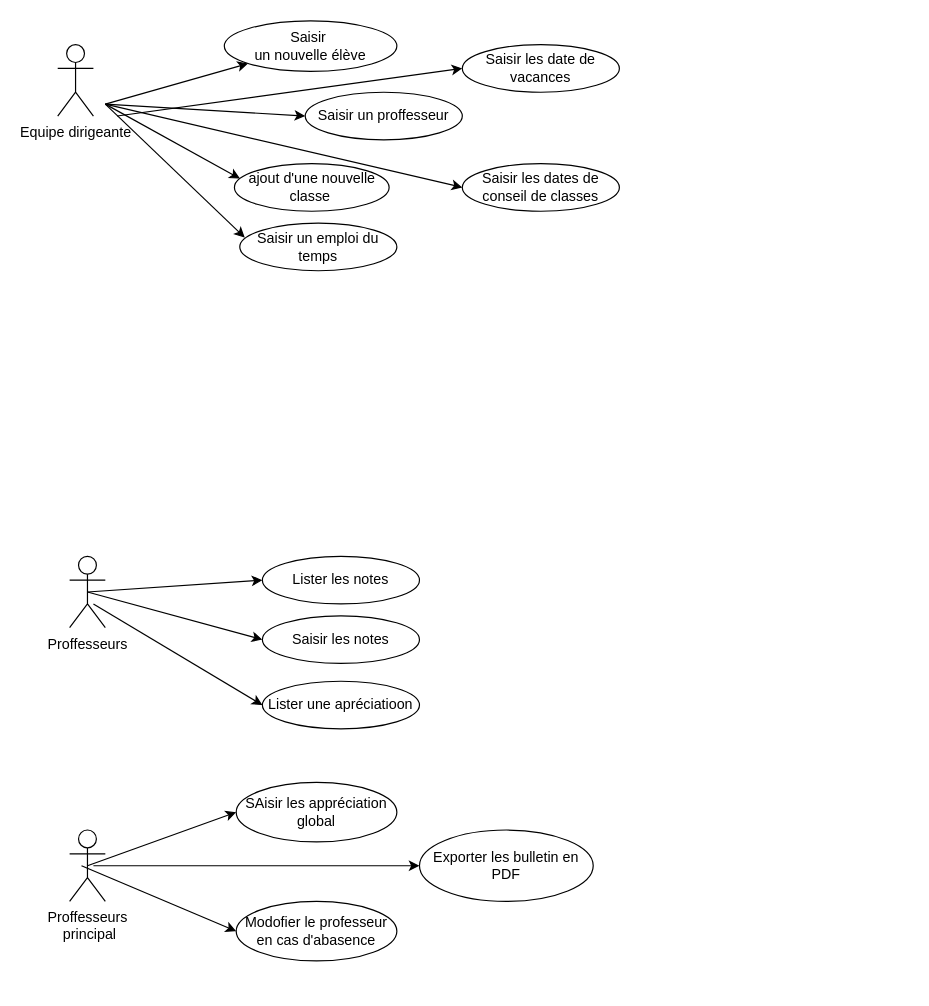
The draw.io diagram Diagramme sans nom.drawio in ssdfred/conception-uml, before the edit. Source tidied: cells renumbered, new cells numbered last; positions are measured from the earlier drawing's top-left corner, leaving out a move shared by most shapes. Both pictures are drawn from the tidied source at 119%, with x=0, y=0 at pixel (57, 20).
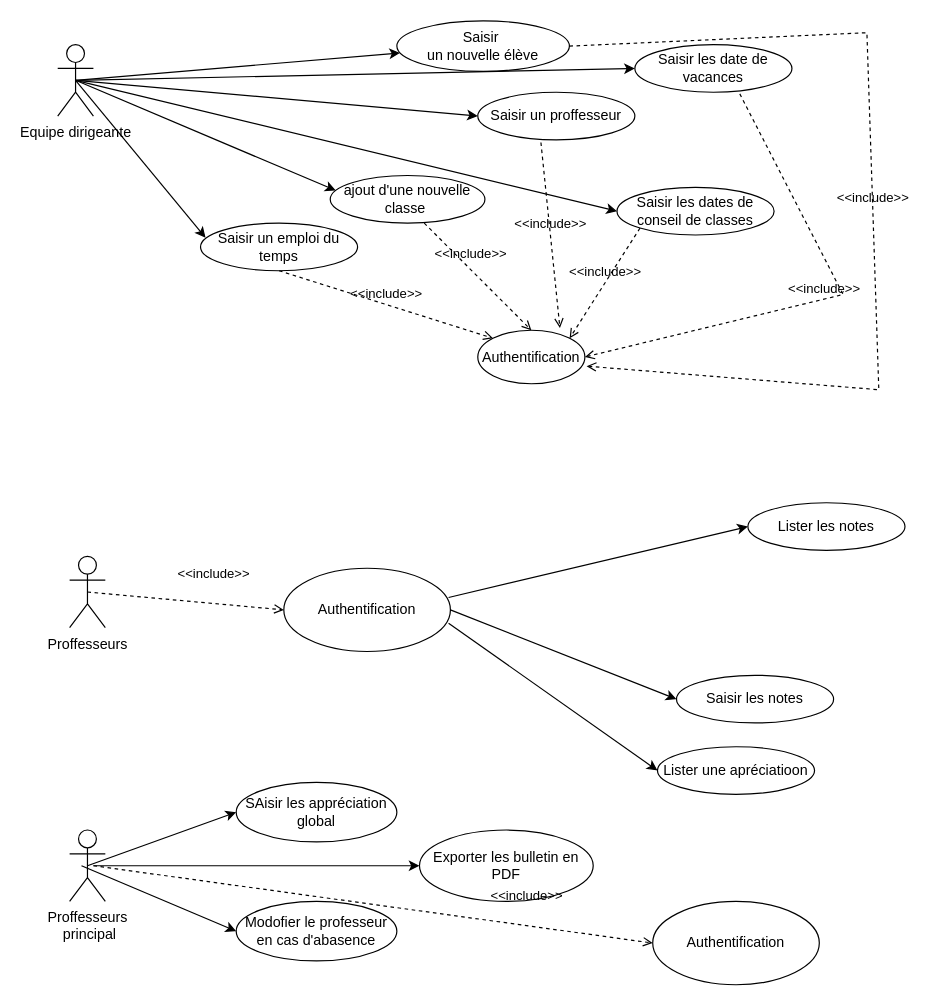
The same diagram, later.

Commit message:
Mettre à jour Diagramme college.drawio

Unchanged cells that the change refers to:
```xml
<mxCell id="2" value="Equipe dirigeante&lt;div&gt;&lt;br&gt;&lt;/div&gt;" style="shape=umlActor;verticalLabelPosition=bottom;verticalAlign=top;html=1;" parent="1" vertex="1">
  <mxGeometry y="20" width="30" height="60" as="geometry" />
</mxCell>
<mxCell id="12" value="&lt;div&gt;Proffesseurs&lt;/div&gt;&lt;div&gt;&lt;br&gt;&lt;/div&gt;" style="shape=umlActor;verticalLabelPosition=bottom;verticalAlign=top;html=1;" parent="1" vertex="1">
  <mxGeometry x="10" y="450" width="30" height="60" as="geometry" />
</mxCell>
```

The edit, as a diff of the source:
```diff
@@
-    <mxCell id="3" style="endArrow=classic;html=1;rounded=0;" parent="1" edge="1" target="4">
-      <mxGeometry relative="1" as="geometry">
-        <mxPoint x="40" y="70" as="sourcePoint" />
-      </mxGeometry>
+    <mxCell id="3" style="endArrow=classic;html=1;rounded=0;exitX=0.5;exitY=0.5;exitDx=0;exitDy=0;exitPerimeter=0;" parent="1" edge="1" source="2" target="4">
+      <mxGeometry relative="1" as="geometry" />
     </mxCell>
     <mxCell id="4" value="Saisir&amp;nbsp;&lt;div&gt;un nouvelle élève&lt;/div&gt;" style="ellipse;html=1;whiteSpace=wrap;" parent="1" vertex="1">
-      <mxGeometry x="140" width="145" height="42.5" as="geometry" />
+      <mxGeometry x="285" width="145" height="42.5" as="geometry" />
     </mxCell>
     <mxCell id="5" value="Saisir un proffesseur" style="ellipse;html=1;whiteSpace=wrap;" parent="1" vertex="1">
-      <mxGeometry x="208" y="60" width="132" height="40" as="geometry" />
+      <mxGeometry x="353" y="60" width="132" height="40" as="geometry" />
     </mxCell>
     <mxCell id="6" value="ajout d'une nouvelle classe&amp;nbsp;" style="ellipse;html=1;whiteSpace=wrap;" parent="1" vertex="1">
-      <mxGeometry x="148.5" y="120" width="130" height="40" as="geometry" />
+      <mxGeometry x="229" y="130" width="130" height="40" as="geometry" />
     </mxCell>
     <mxCell id="7" value="Saisir un emploi du temps" style="ellipse;html=1;whiteSpace=wrap;" parent="1" vertex="1">
-      <mxGeometry x="153" y="170" width="132" height="40" as="geometry" />
+      <mxGeometry x="120" y="170" width="132" height="40" as="geometry" />
     </mxCell>
-    <mxCell id="8" style="endArrow=classic;html=1;rounded=0;entryX=0;entryY=0.5;entryDx=0;entryDy=0;" parent="1" edge="1" target="5">
-      <mxGeometry relative="1" as="geometry">
-        <mxPoint x="40" y="70" as="sourcePoint" />
-      </mxGeometry>
+    <mxCell id="8" style="endArrow=classic;html=1;rounded=0;entryX=0;entryY=0.5;entryDx=0;entryDy=0;exitX=0.5;exitY=0.5;exitDx=0;exitDy=0;exitPerimeter=0;" parent="1" edge="1" source="2" target="5">
+      <mxGeometry relative="1" as="geometry" />
     </mxCell>
-    <mxCell id="9" style="endArrow=classic;html=1;rounded=0;entryX=0;entryY=0.5;entryDx=0;entryDy=0;" parent="1" edge="1" target="17">
-      <mxGeometry relative="1" as="geometry">
-        <mxPoint x="40" y="70" as="sourcePoint" />
-      </mxGeometry>
+    <mxCell id="9" style="endArrow=classic;html=1;rounded=0;entryX=0;entryY=0.5;entryDx=0;entryDy=0;exitX=0.5;exitY=0.5;exitDx=0;exitDy=0;exitPerimeter=0;" parent="1" edge="1" source="2" target="17">
+      <mxGeometry relative="1" as="geometry" />
     </mxCell>
-    <mxCell id="10" style="endArrow=classic;html=1;rounded=0;entryX=0.032;entryY=0.305;entryDx=0;entryDy=0;entryPerimeter=0;" parent="1" edge="1" target="7">
-      <mxGeometry relative="1" as="geometry">
-        <mxPoint x="40" y="70" as="sourcePoint" />
-      </mxGeometry>
+    <mxCell id="10" style="endArrow=classic;html=1;rounded=0;entryX=0.032;entryY=0.305;entryDx=0;entryDy=0;entryPerimeter=0;exitX=0.5;exitY=0.5;exitDx=0;exitDy=0;exitPerimeter=0;" parent="1" edge="1" source="2" target="7">
+      <mxGeometry relative="1" as="geometry" />
     </mxCell>
-    <mxCell id="11" style="endArrow=classic;html=1;rounded=0;entryX=0.036;entryY=0.315;entryDx=0;entryDy=0;entryPerimeter=0;" parent="1" edge="1" target="6">
-      <mxGeometry relative="1" as="geometry">
-        <mxPoint x="40" y="70" as="sourcePoint" />
-      </mxGeometry>
+    <mxCell id="11" style="endArrow=classic;html=1;rounded=0;entryX=0.036;entryY=0.315;entryDx=0;entryDy=0;entryPerimeter=0;exitX=0.5;exitY=0.5;exitDx=0;exitDy=0;exitPerimeter=0;" parent="1" edge="1" source="2" target="6">
+      <mxGeometry relative="1" as="geometry" />
     </mxCell>
@@
     <mxCell id="13" value="Lister les notes" style="ellipse;html=1;whiteSpace=wrap;" parent="1" vertex="1">
-      <mxGeometry x="172" y="450" width="132" height="40" as="geometry" />
+      <mxGeometry x="580" y="405" width="132" height="40" as="geometry" />
     </mxCell>
     <mxCell id="14" value="Saisir&amp;nbsp;les notes" style="ellipse;html=1;whiteSpace=wrap;" parent="1" vertex="1">
-      <mxGeometry x="172" y="500" width="132" height="40" as="geometry" />
+      <mxGeometry x="520" y="550" width="132" height="40" as="geometry" />
     </mxCell>
     <mxCell id="15" value="Lister une apréciatioon" style="ellipse;html=1;whiteSpace=wrap;" parent="1" vertex="1">
-      <mxGeometry x="172" y="555" width="132" height="40" as="geometry" />
+      <mxGeometry x="504" y="610" width="132" height="40" as="geometry" />
     </mxCell>
     <mxCell id="16" value="Saisir les date de vacances" style="ellipse;html=1;whiteSpace=wrap;" parent="1" vertex="1">
-      <mxGeometry x="340" y="20" width="132" height="40" as="geometry" />
+      <mxGeometry x="485" y="20" width="132" height="40" as="geometry" />
     </mxCell>
     <mxCell id="17" value="Saisir les dates de conseil de classes" style="ellipse;html=1;whiteSpace=wrap;" parent="1" vertex="1">
-      <mxGeometry x="340" y="120" width="132" height="40" as="geometry" />
+      <mxGeometry x="470" y="140" width="132" height="40" as="geometry" />
     </mxCell>
-    <mxCell id="18" style="endArrow=classic;html=1;rounded=0;entryX=0;entryY=0.5;entryDx=0;entryDy=0;" parent="1" edge="1" target="16">
-      <mxGeometry relative="1" as="geometry">
-        <mxPoint x="50" y="80" as="sourcePoint" />
-      </mxGeometry>
+    <mxCell id="18" style="endArrow=classic;html=1;rounded=0;entryX=0;entryY=0.5;entryDx=0;entryDy=0;exitX=0.5;exitY=0.5;exitDx=0;exitDy=0;exitPerimeter=0;" parent="1" edge="1" source="2" target="16">
+      <mxGeometry relative="1" as="geometry" />
     </mxCell>
-    <mxCell id="19" style="endArrow=classic;html=1;rounded=0;entryX=0;entryY=0.5;entryDx=0;entryDy=0;exitX=0.5;exitY=0.5;exitDx=0;exitDy=0;exitPerimeter=0;" parent="1" edge="1" source="12" target="13">
+    <mxCell id="19" style="endArrow=classic;html=1;rounded=0;entryX=0;entryY=0.5;entryDx=0;entryDy=0;exitX=0.989;exitY=0.351;exitDx=0;exitDy=0;exitPerimeter=0;" parent="1" edge="1" source="29" target="13">
       <mxGeometry relative="1" as="geometry" />
     </mxCell>
-    <mxCell id="20" style="endArrow=classic;html=1;rounded=0;entryX=0;entryY=0.5;entryDx=0;entryDy=0;exitX=0.5;exitY=0.5;exitDx=0;exitDy=0;exitPerimeter=0;" parent="1" edge="1" source="12" target="14">
+    <mxCell id="20" style="endArrow=classic;html=1;rounded=0;entryX=0;entryY=0.5;entryDx=0;entryDy=0;exitX=1;exitY=0.5;exitDx=0;exitDy=0;" parent="1" edge="1" source="29" target="14">
       <mxGeometry relative="1" as="geometry" />
     </mxCell>
-    <mxCell id="21" style="endArrow=classic;html=1;rounded=0;entryX=0;entryY=0.5;entryDx=0;entryDy=0;exitX=0.667;exitY=0.667;exitDx=0;exitDy=0;exitPerimeter=0;" parent="1" edge="1" source="12" target="15">
+    <mxCell id="21" style="endArrow=classic;html=1;rounded=0;entryX=0;entryY=0.5;entryDx=0;entryDy=0;exitX=0.989;exitY=0.66;exitDx=0;exitDy=0;exitPerimeter=0;" parent="1" edge="1" source="29" target="15">
       <mxGeometry relative="1" as="geometry" />
     </mxCell>
@@
+    <mxCell id="29" value="Authentification" style="ellipse;whiteSpace=wrap;html=1;" parent="1" vertex="1">
+      <mxGeometry x="190" y="460" width="140" height="70" as="geometry" />
+    </mxCell>
+    <mxCell id="30" value="&amp;lt;&amp;lt;include&amp;gt;&amp;gt;" style="html=1;verticalAlign=bottom;labelBackgroundColor=none;endArrow=open;endFill=0;dashed=1;rounded=0;entryX=0;entryY=0.5;entryDx=0;entryDy=0;exitX=0.5;exitY=0.5;exitDx=0;exitDy=0;exitPerimeter=0;" parent="1" edge="1" source="12" target="29">
+      <mxGeometry x="0.27" y="16" relative="1" as="geometry" />
+    </mxCell>
+    <mxCell id="31" value="&amp;lt;&amp;lt;include&amp;gt;&amp;gt;" style="html=1;verticalAlign=bottom;labelBackgroundColor=none;endArrow=open;endFill=0;dashed=1;rounded=0;entryX=0;entryY=0.5;entryDx=0;entryDy=0;" parent="1" edge="1" target="32">
+      <mxGeometry x="0.54" y="16" relative="1" as="geometry">
+        <mxPoint x="30" y="710" as="sourcePoint" />
+      </mxGeometry>
+    </mxCell>
+    <mxCell id="32" value="Authentification" style="ellipse;whiteSpace=wrap;html=1;" parent="1" vertex="1">
+      <mxGeometry x="500" y="740" width="140" height="70" as="geometry" />
+    </mxCell>
+    <mxCell id="33" value="Authentification" style="ellipse;whiteSpace=wrap;html=1;" parent="1" vertex="1">
+      <mxGeometry x="353" y="260" width="90" height="45" as="geometry" />
+    </mxCell>
+    <mxCell id="34" value="&amp;lt;&amp;lt;include&amp;gt;&amp;gt;" style="html=1;verticalAlign=bottom;labelBackgroundColor=none;endArrow=open;endFill=0;dashed=1;rounded=0;entryX=0;entryY=0;entryDx=0;entryDy=0;exitX=0.5;exitY=1;exitDx=0;exitDy=0;" parent="1" edge="1" source="7" target="33">
+      <mxGeometry relative="1" as="geometry" />
+    </mxCell>
+    <mxCell id="35" value="&amp;lt;&amp;lt;include&amp;gt;&amp;gt;" style="html=1;verticalAlign=bottom;labelBackgroundColor=none;endArrow=open;endFill=0;dashed=1;rounded=0;entryX=1;entryY=0.5;entryDx=0;entryDy=0;exitX=0.668;exitY=1.035;exitDx=0;exitDy=0;exitPerimeter=0;" parent="1" edge="1" source="16" target="33">
+      <mxGeometry relative="1" as="geometry">
+        <Array as="points">
+          <mxPoint x="660" y="230" />
+        </Array>
+      </mxGeometry>
+    </mxCell>
+    <mxCell id="36" value="&amp;lt;&amp;lt;include&amp;gt;&amp;gt;" style="html=1;verticalAlign=bottom;labelBackgroundColor=none;endArrow=open;endFill=0;dashed=1;rounded=0;entryX=0.767;entryY=-0.04;entryDx=0;entryDy=0;exitX=0.402;exitY=1.055;exitDx=0;exitDy=0;exitPerimeter=0;entryPerimeter=0;" parent="1" edge="1" source="5" target="33">
+      <mxGeometry relative="1" as="geometry" />
+    </mxCell>
+    <mxCell id="37" value="&amp;lt;&amp;lt;include&amp;gt;&amp;gt;" style="html=1;verticalAlign=bottom;labelBackgroundColor=none;endArrow=open;endFill=0;dashed=1;rounded=0;entryX=1;entryY=0;entryDx=0;entryDy=0;exitX=0;exitY=1;exitDx=0;exitDy=0;" parent="1" edge="1" source="17" target="33">
+      <mxGeometry relative="1" as="geometry" />
+    </mxCell>
+    <mxCell id="38" value="&amp;lt;&amp;lt;include&amp;gt;&amp;gt;" style="html=1;verticalAlign=bottom;labelBackgroundColor=none;endArrow=open;endFill=0;dashed=1;rounded=0;entryX=0.5;entryY=0;entryDx=0;entryDy=0;exitX=0.5;exitY=1;exitDx=0;exitDy=0;" parent="1" edge="1" target="33">
+      <mxGeometry x="-0.19" y="3" relative="1" as="geometry">
+        <mxPoint x="308" y="170" as="sourcePoint" />
+      </mxGeometry>
+    </mxCell>
+    <mxCell id="39" value="&amp;lt;&amp;lt;include&amp;gt;&amp;gt;" style="html=1;verticalAlign=bottom;labelBackgroundColor=none;endArrow=open;endFill=0;dashed=1;rounded=0;entryX=1.016;entryY=0.671;entryDx=0;entryDy=0;exitX=1;exitY=0.5;exitDx=0;exitDy=0;entryPerimeter=0;" parent="1" edge="1" source="4" target="33">
+      <mxGeometry relative="1" as="geometry">
+        <Array as="points">
+          <mxPoint x="680" y="10" />
+          <mxPoint x="690" y="310" />
+        </Array>
+      </mxGeometry>
+    </mxCell>
```
